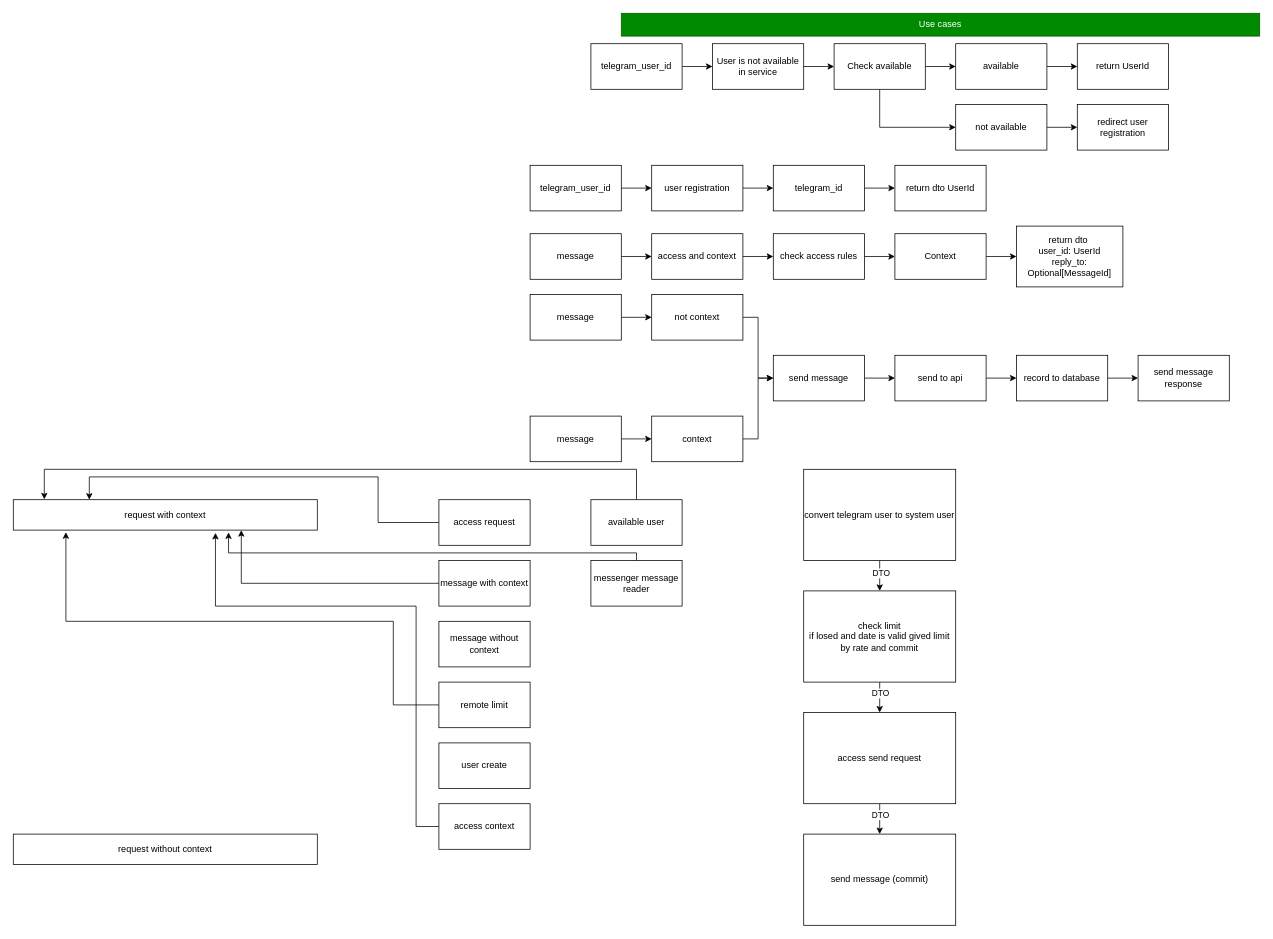
Earlier version of the draw.io diagram page "Страница 2" (2 of 4) of ChatGpt.drawio (KmvRoman/Diagrams). Source tidied: cells renumbered, new cells numbered last; positions are measured from the earlier drawing's top-left corner, leaving out a move shared by most shapes. Both pictures are drawn from the tidied source at 76%, with x=0, y=0 at pixel (13, 13).
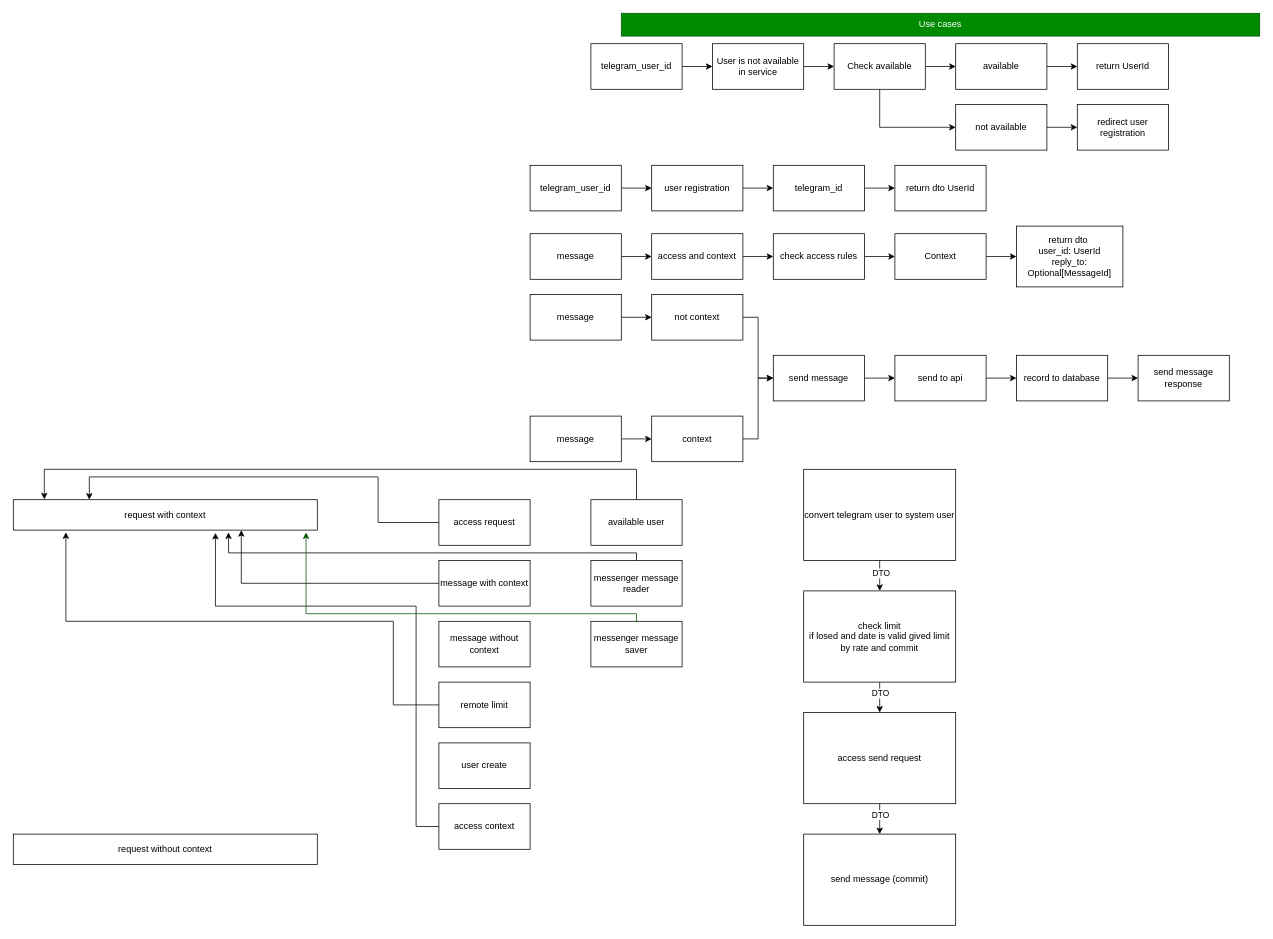
Above is the later version.

Unchanged cells that the change refers to:
```xml
<mxCell id="69" value="request with context" style="rounded=0;whiteSpace=wrap;html=1;align=center;" parent="1" vertex="1">
  <mxGeometry y="640" width="400" height="40" as="geometry" />
</mxCell>
```

Diff of the diagram source:
```diff
@@
+    <mxCell id="73" style="edgeStyle=orthogonalEdgeStyle;rounded=0;jettySize=auto;html=1;entryX=0.963;entryY=1.075;entryDx=0;entryDy=0;entryPerimeter=0;fillColor=#008a00;strokeColor=#005700;" parent="1" edge="1" source="74" target="69">
+      <mxGeometry relative="1" as="geometry">
+        <Array as="points">
+          <mxPoint x="820" y="790" />
+          <mxPoint x="385" y="790" />
+        </Array>
+      </mxGeometry>
+    </mxCell>
+    <mxCell id="74" value="messenger message saver" style="rounded=0;whiteSpace=wrap;html=1;" parent="1" vertex="1">
+      <mxGeometry x="760" y="800" width="120" height="60" as="geometry" />
+    </mxCell>
```
